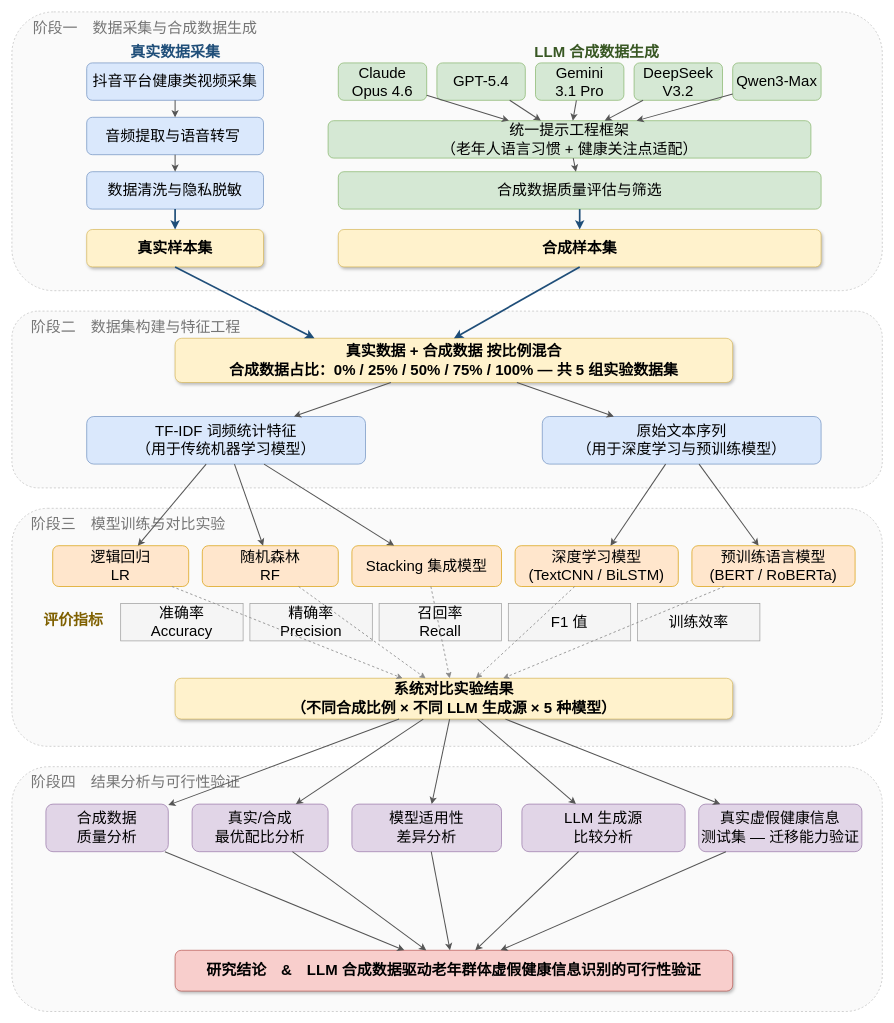
Earlier version of the draw.io diagram 技术路线图.drawio (few2022/paper-reading). Source tidied: cells renumbered, new cells numbered last; positions are measured from the earlier drawing's top-left corner, leaving out a move shared by most shapes. Both pictures are drawn from the tidied source at 68%, with x=0, y=0 at pixel (12, 12).
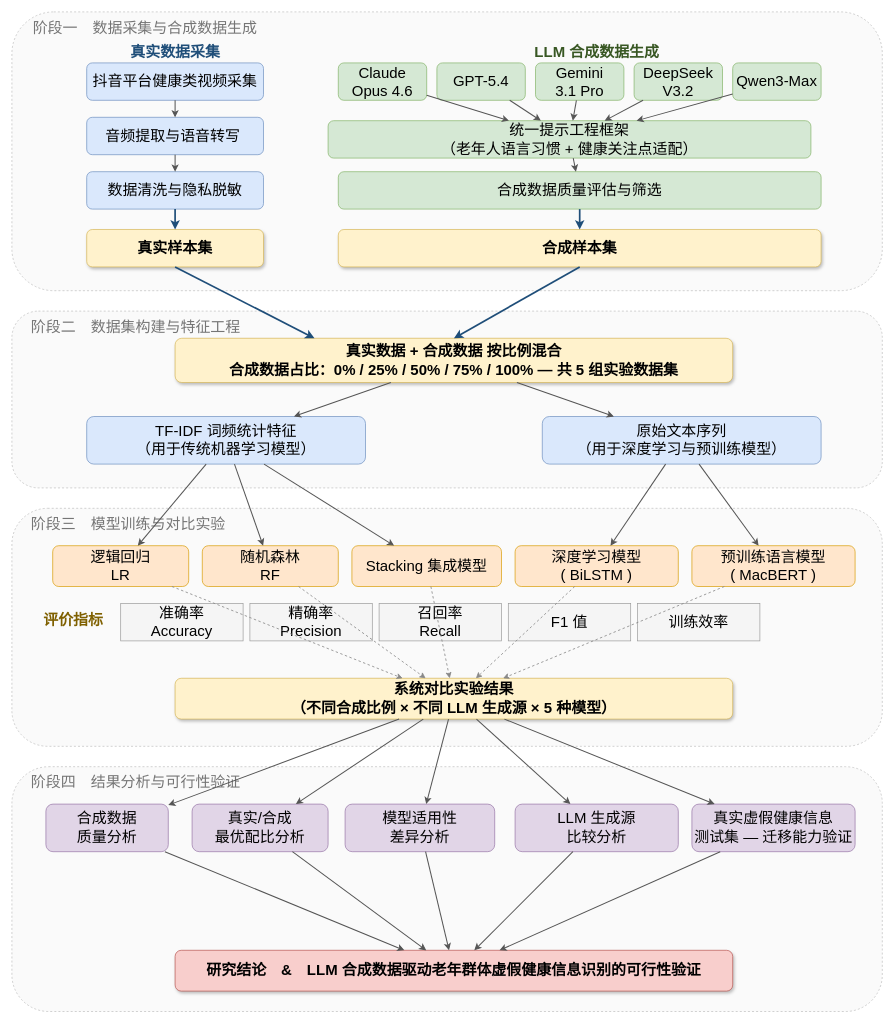
Above is the later version.

Commit message (it also covers changes not shown here):
更新技术路线图.drawio

The edit, as a diff of the source:
```diff
@@
-    <mxCell id="39" value="深度学习模型&#10;(TextCNN / BiLSTM)" style="rounded=1;whiteSpace=wrap;html=1;fillColor=#FFE6CC;strokeColor=#D79B00;fontSize=22;align=center;verticalAlign=middle;" parent="1" vertex="1">
+    <mxCell id="39" value="深度学习模型&lt;br&gt;( BiLSTM )" style="rounded=1;whiteSpace=wrap;html=1;fillColor=#FFE6CC;strokeColor=#D79B00;fontSize=22;align=center;verticalAlign=middle;" parent="1" vertex="1">
       <mxGeometry x="740" y="785" width="240" height="60" as="geometry" />
     </mxCell>
-    <mxCell id="40" value="预训练语言模型&#10;(BERT / RoBERTa)" style="rounded=1;whiteSpace=wrap;html=1;fillColor=#FFE6CC;strokeColor=#D79B00;fontSize=22;align=center;verticalAlign=middle;" parent="1" vertex="1">
+    <mxCell id="40" value="预训练语言模型&lt;br&gt;( MacBERT )" style="rounded=1;whiteSpace=wrap;html=1;fillColor=#FFE6CC;strokeColor=#D79B00;fontSize=22;align=center;verticalAlign=middle;" parent="1" vertex="1">
       <mxGeometry x="1000" y="785" width="240" height="60" as="geometry" />
     </mxCell>
@@
     <mxCell id="61" value="模型适用性&#10;差异分析" style="rounded=1;whiteSpace=wrap;html=1;fillColor=#E1D5E7;strokeColor=#9673A6;fontSize=22;align=center;verticalAlign=middle;" parent="1" vertex="1">
-      <mxGeometry x="500" y="1165" width="220" height="70" as="geometry" />
+      <mxGeometry x="490" y="1165" width="220" height="70" as="geometry" />
     </mxCell>
     <mxCell id="62" value="LLM 生成源&#10;比较分析" style="rounded=1;whiteSpace=wrap;html=1;fillColor=#E1D5E7;strokeColor=#9673A6;fontSize=22;align=center;verticalAlign=middle;" parent="1" vertex="1">
-      <mxGeometry x="750" y="1165" width="240" height="70" as="geometry" />
+      <mxGeometry x="740" y="1165" width="240" height="70" as="geometry" />
     </mxCell>
     <mxCell id="63" value="真实虚假健康信息&#10;测试集 — 迁移能力验证" style="rounded=1;whiteSpace=wrap;html=1;fillColor=#E1D5E7;strokeColor=#9673A6;fontSize=22;align=center;verticalAlign=middle;" parent="1" vertex="1">
-      <mxGeometry x="1010" y="1165" width="240" height="70" as="geometry" />
+      <mxGeometry x="1000" y="1165" width="240" height="70" as="geometry" />
     </mxCell>
```
